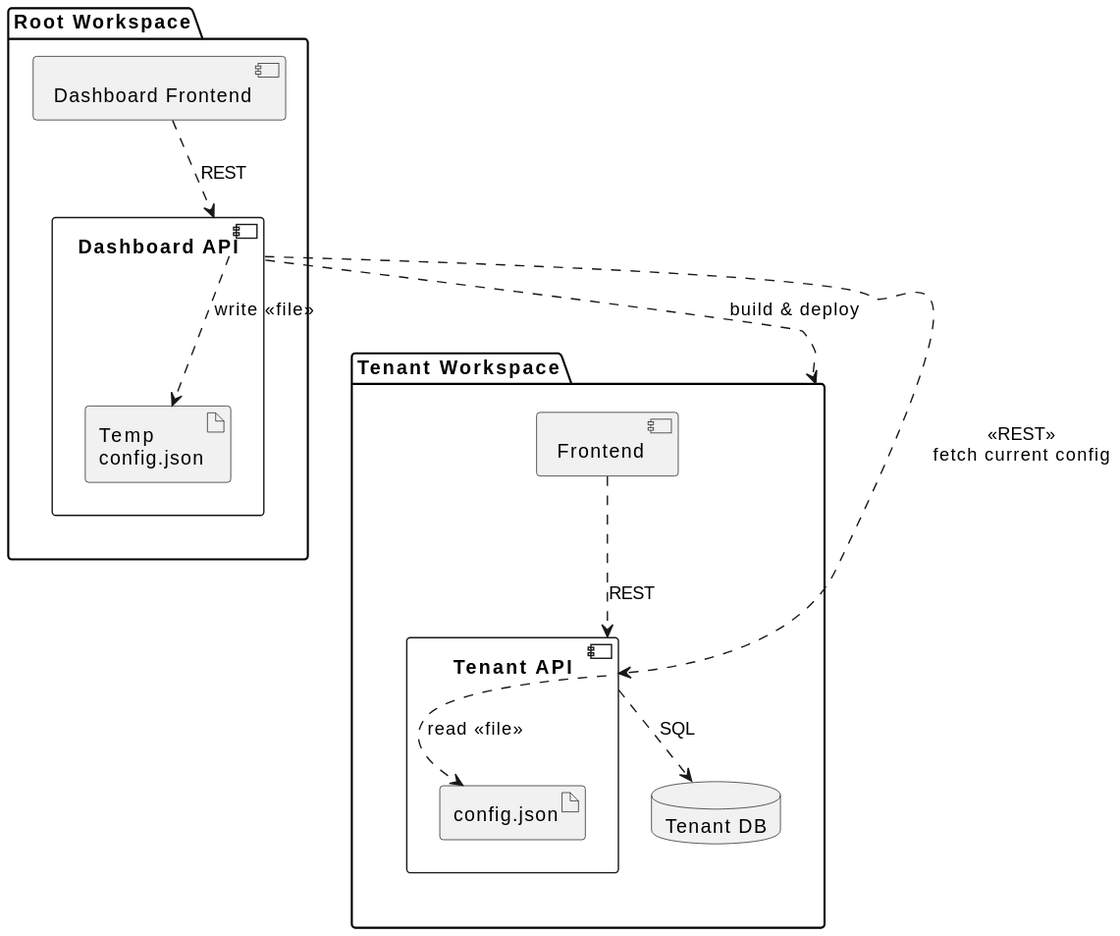
The PlantUML diagram images/WorkspaceArchitecture.svg in MysterionAutotronic/BachelorThesis, before a commit.
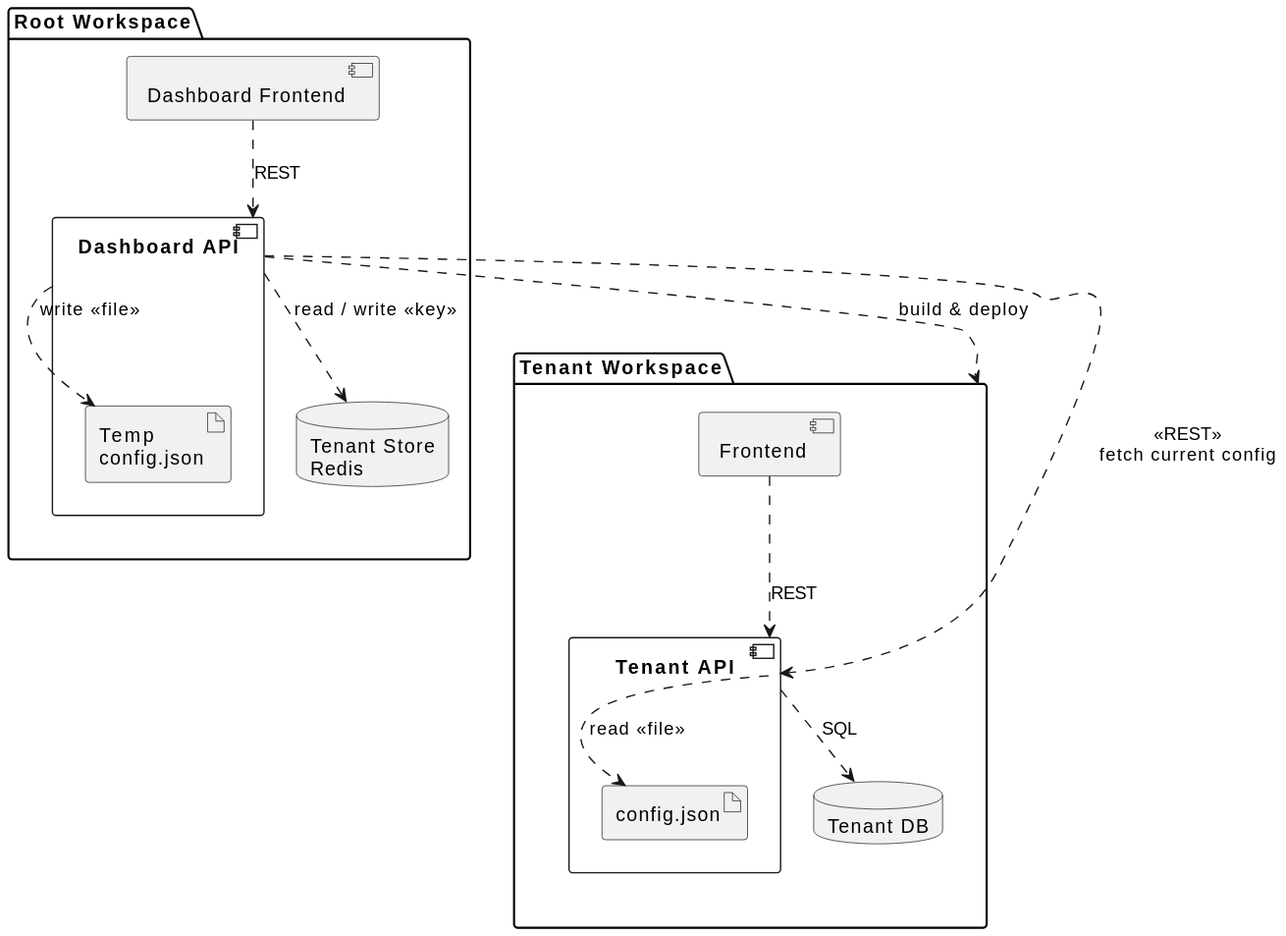
The same diagram one commit later.

Commit message:
add redis to architecture diagram

What changed in the source:
```diff
@@ -18,9 +18,11 @@
   component "Dashboard API" as DAPI {
       artifact "Temp\nconfig.json" as TMP
   }
+  database "Tenant Store\nRedis" as REDIS
 
   DF   ..> DAPI : «REST»
   DAPI ..> TMP  : write «file»
+  DAPI ..> REDIS: read / write «key»
 }
 
 DAPI ..> TAPI : «REST»\nfetch current config
```
